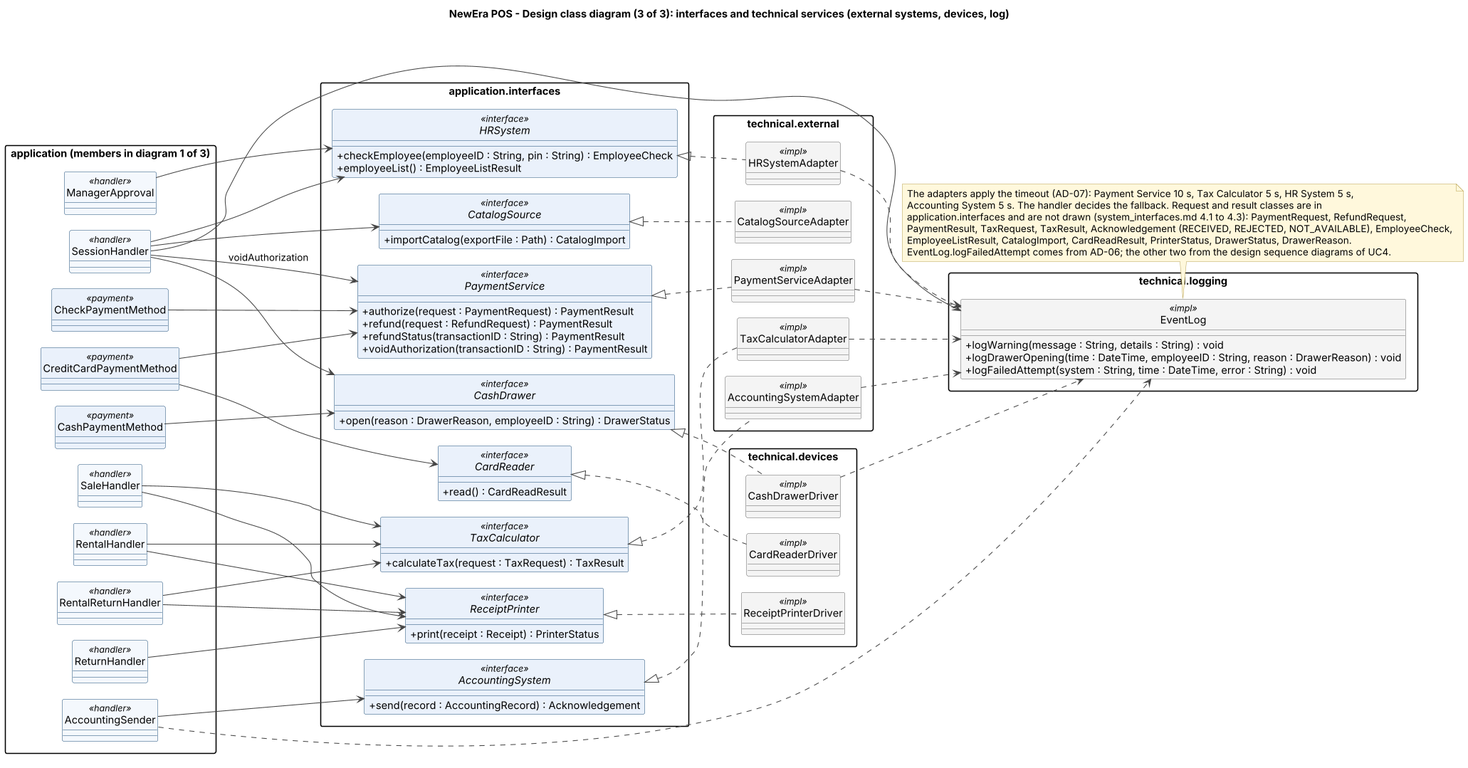
Earlier version of the PlantUML export assets/design_classes_technical.png (bhsei/26D).
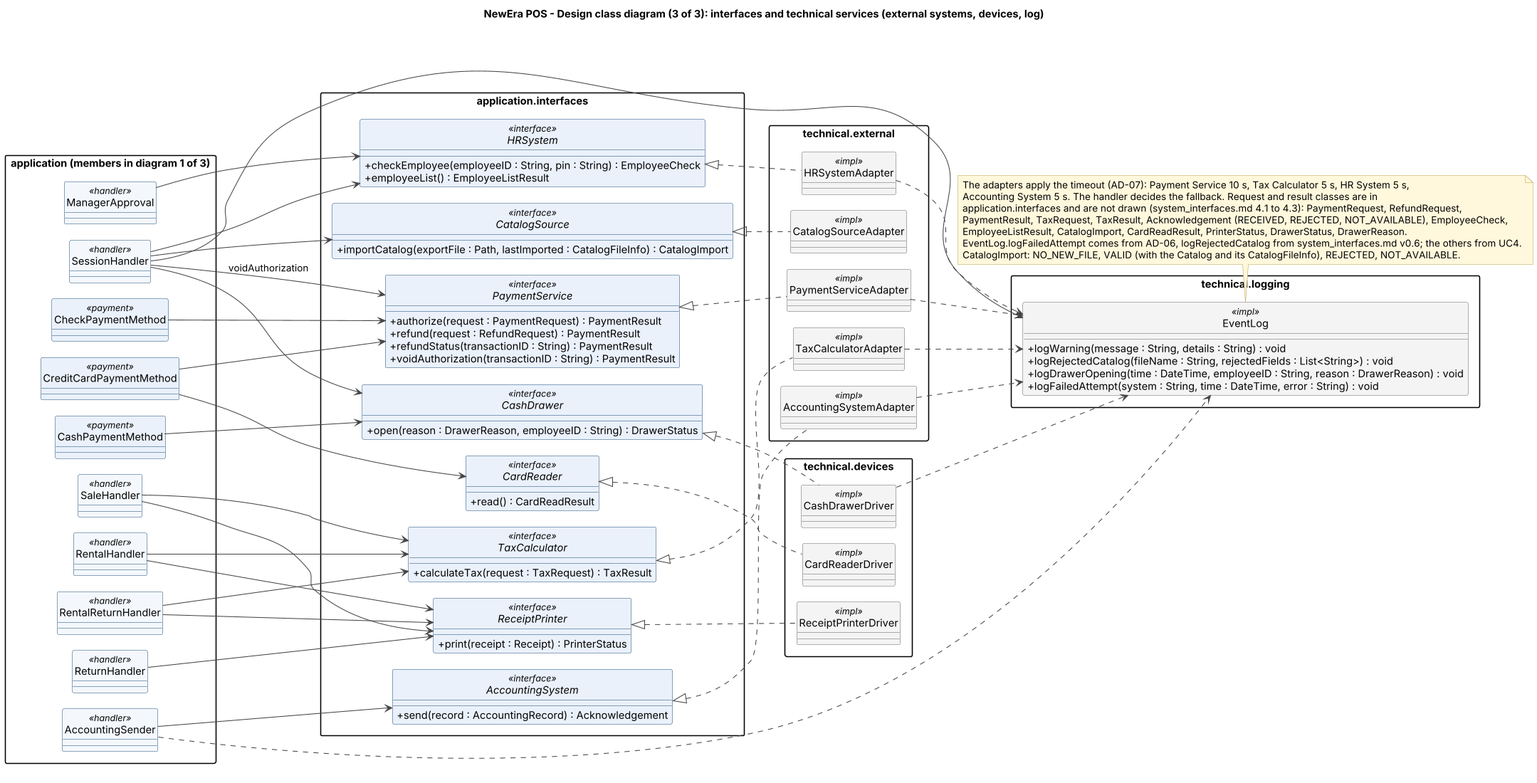
The same file after the commit.

Commit message:
W11 - Design class diagram, external systems, devices and log; catalog import with CatalogFileInfo (system_interfaces v0.6)

The edit, as a diff of the source:
```diff
@@ -57,7 +57,7 @@
     + employeeList() : EmployeeListResult
   }
   interface CatalogSource <<interface>> {
-    + importCatalog(exportFile : Path) : CatalogImport
+    + importCatalog(exportFile : Path, lastImported : CatalogFileInfo) : CatalogImport
   }
   interface CardReader <<interface>> {
     + read() : CardReadResult
@@ -85,6 +85,7 @@
 package "technical.logging" {
   class EventLog <<impl>> {
     + logWarning(message : String, details : String) : void
+    + logRejectedCatalog(fileName : String, rejectedFields : List<String>) : void
     + logDrawerOpening(time : DateTime, employeeID : String, reason : DrawerReason) : void
     + logFailedAttempt(system : String, time : DateTime, error : String) : void
   }
@@ -131,6 +132,7 @@
   application.interfaces and are not drawn (system_interfaces.md 4.1 to 4.3): PaymentRequest, RefundRequest,
   PaymentResult, TaxRequest, TaxResult, Acknowledgement (RECEIVED, REJECTED, NOT_AVAILABLE), EmployeeCheck,
   EmployeeListResult, CatalogImport, CardReadResult, PrinterStatus, DrawerStatus, DrawerReason.
-  EventLog.logFailedAttempt comes from AD-06; the other two from the design sequence diagrams of UC4.
+  EventLog.logFailedAttempt comes from AD-06, logRejectedCatalog from system_interfaces.md v0.6; the others from UC4.
+  CatalogImport: NO_NEW_FILE, VALID (with the Catalog and its CatalogFileInfo), REJECTED, NOT_AVAILABLE.
 end note
 @enduml
```
